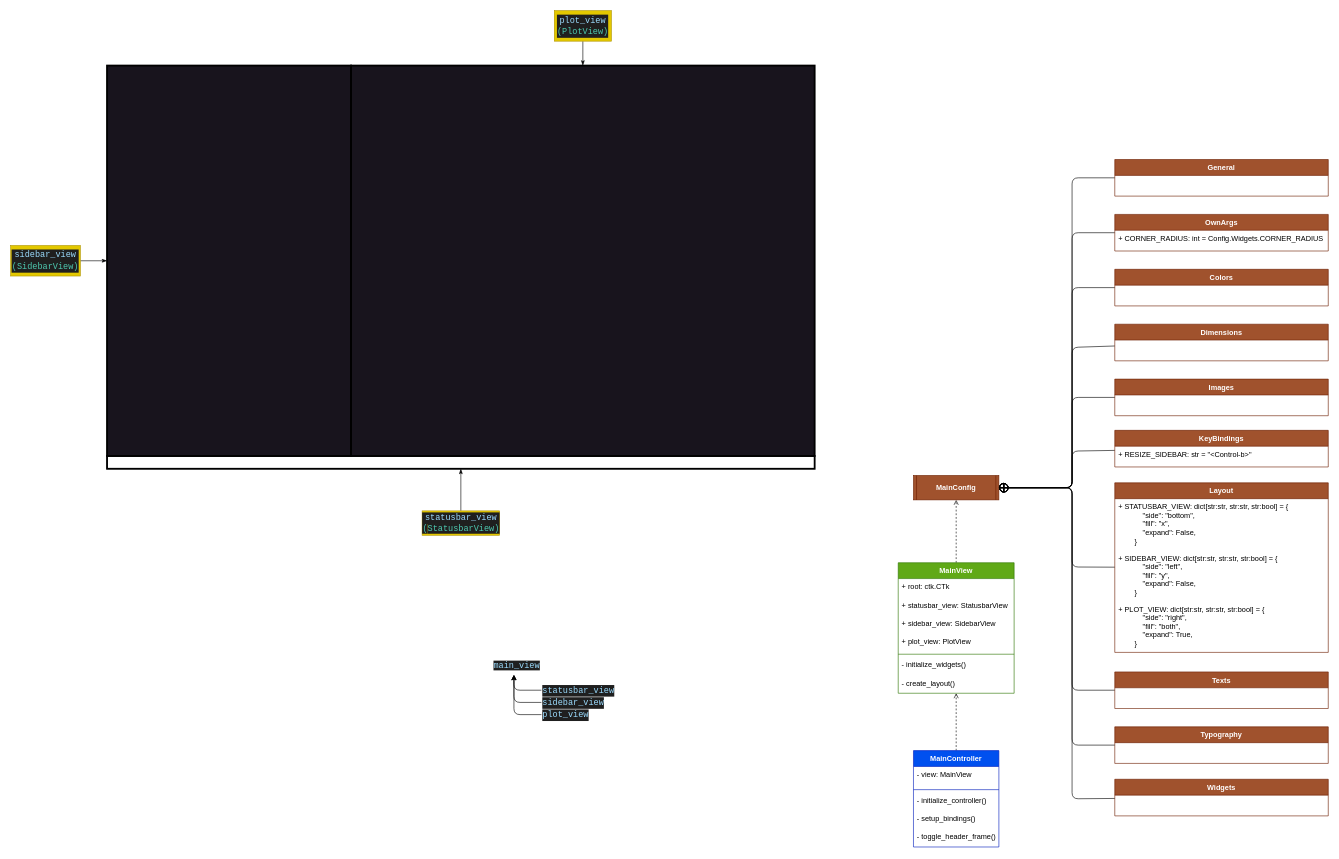
This is documentation/main_ui.drawio from SamerKharabish/CSVision, a draw.io file, before an edit. Source tidied: cells renumbered, new cells numbered last; positions are measured from the earlier drawing's top-left corner, leaving out a move shared by most shapes. Both pictures are drawn from the tidied source at 61%, with x=0, y=0 at pixel (10, 10).
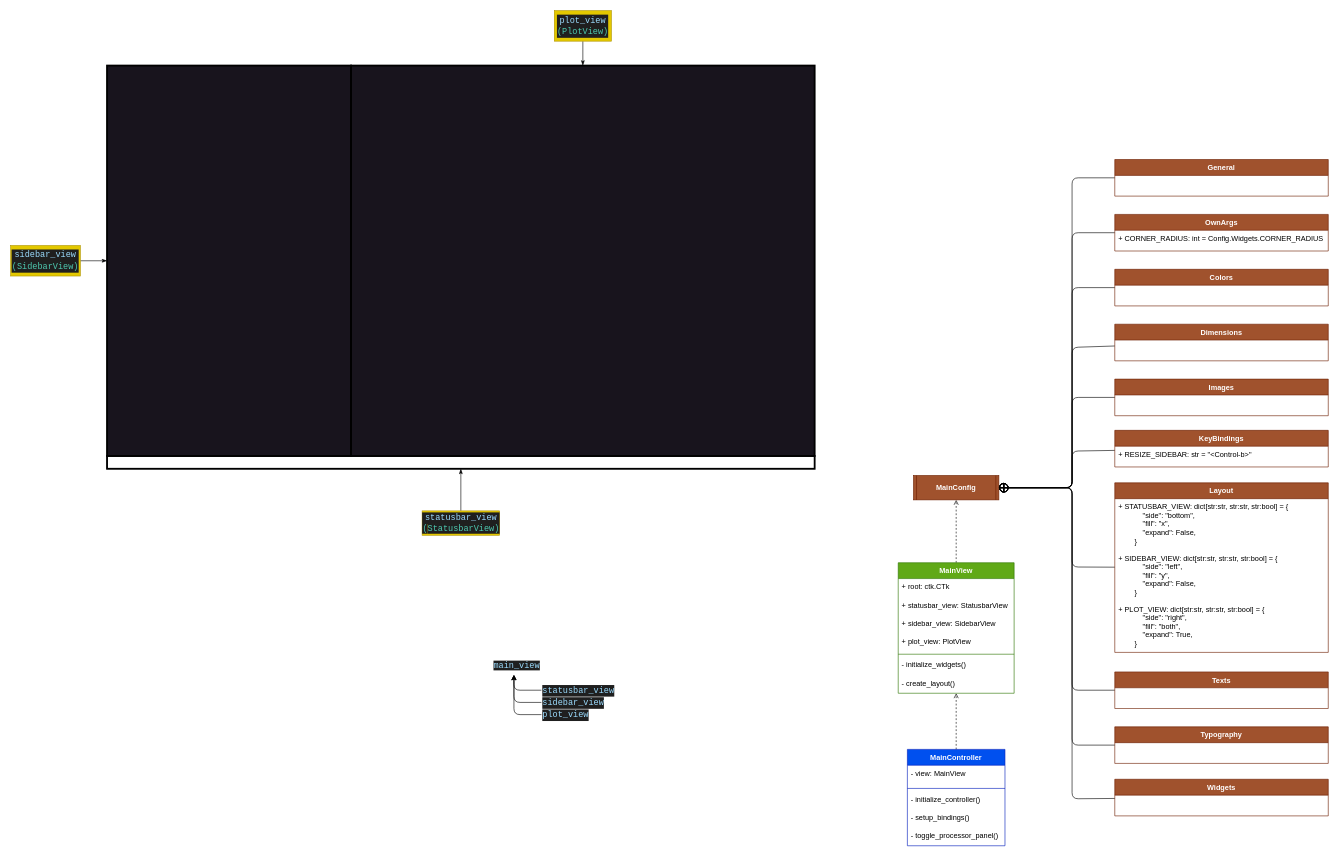
Above is the later version.

The edit, as a diff of the source:
```diff
@@
     <mxCell id="20" value="MainController" style="swimlane;fontStyle=1;align=center;verticalAlign=top;horizontal=1;startSize=26;rounded=0;fillColor=#0050ef;fontColor=#ffffff;strokeColor=#001DBC;" parent="1" vertex="1">
-      <mxGeometry x="1480" y="1213" width="140" height="158" as="geometry" />
+      <mxGeometry x="1470" y="1211" width="160" height="158" as="geometry" />
     </mxCell>
     <mxCell id="21" value="- view: MainView" style="text;strokeColor=none;fillColor=none;align=left;verticalAlign=top;spacingLeft=4;spacingRight=4;overflow=hidden;rounded=0;" parent="20" vertex="1">
-      <mxGeometry y="26" width="140" height="34" as="geometry" />
+      <mxGeometry y="26" width="160" height="34" as="geometry" />
     </mxCell>
     <mxCell id="22" style="line;strokeWidth=1;fillColor=none;align=left;verticalAlign=middle;spacingTop=-1;spacingLeft=3;spacingRight=3;labelPosition=right;strokeColor=inherit;rounded=0;" parent="20" vertex="1">
-      <mxGeometry y="60" width="140" height="8" as="geometry" />
+      <mxGeometry y="60" width="160" height="8" as="geometry" />
     </mxCell>
     <mxCell id="23" value="- initialize_controller()" style="text;strokeColor=none;fillColor=none;align=left;verticalAlign=top;spacingLeft=4;spacingRight=4;overflow=hidden;rounded=0;" parent="20" vertex="1">
-      <mxGeometry y="68" width="140" height="30" as="geometry" />
+      <mxGeometry y="68" width="160" height="30" as="geometry" />
     </mxCell>
     <mxCell id="24" value="- setup_bindings()" style="text;strokeColor=none;fillColor=none;align=left;verticalAlign=top;spacingLeft=4;spacingRight=4;overflow=hidden;rounded=0;" parent="20" vertex="1">
-      <mxGeometry y="98" width="140" height="30" as="geometry" />
+      <mxGeometry y="98" width="160" height="30" as="geometry" />
     </mxCell>
-    <mxCell id="25" value="- toggle_header_frame()" style="text;strokeColor=none;fillColor=none;align=left;verticalAlign=top;spacingLeft=4;spacingRight=4;overflow=hidden;rounded=0;" parent="20" vertex="1">
-      <mxGeometry y="128" width="140" height="30" as="geometry" />
+    <mxCell id="25" value="- toggle_processor_panel()" style="text;strokeColor=none;fillColor=none;align=left;verticalAlign=top;spacingLeft=4;spacingRight=4;overflow=hidden;rounded=0;" parent="20" vertex="1">
+      <mxGeometry y="128" width="160" height="30" as="geometry" />
     </mxCell>
```
